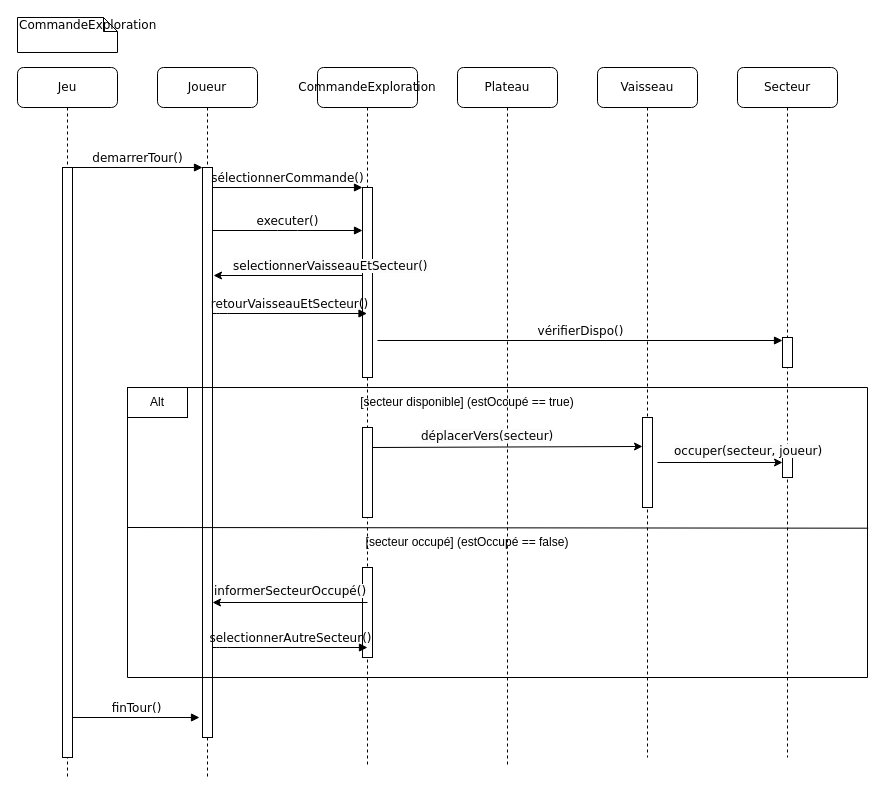
The draw.io diagram page "Exploration" (3 of 4) of diagrammedesequence.drawio in haikll/pocket_imperium_java, before the edit. Source tidied: cells renumbered, new cells numbered last; positions are measured from the earlier drawing's top-left corner, leaving out a move shared by most shapes. Both pictures are drawn from the tidied source at 100%, with x=0, y=0 at pixel (17, 17).
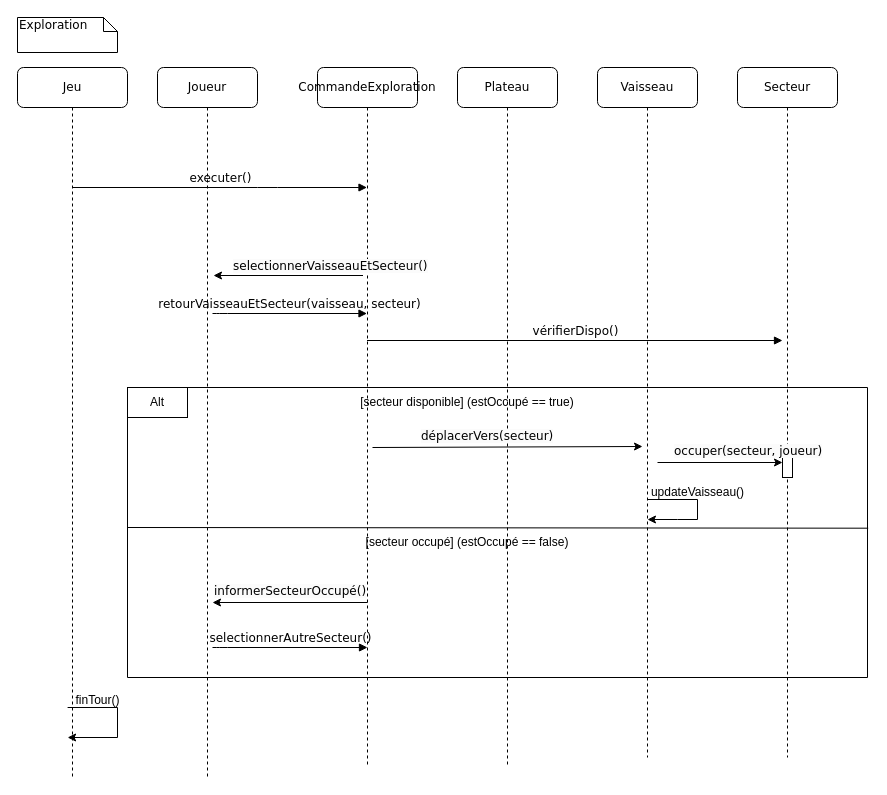
Above is the later version.

Unchanged cells that the change refers to:
```xml
<mxCell id="2" value="Joueur" style="shape=umlLifeline;perimeter=lifelinePerimeter;whiteSpace=wrap;html=1;rounded=1;shadow=0;comic=0;labelBackgroundColor=none;strokeWidth=1;fontFamily=Verdana;fontSize=12;align=center;" parent="1" vertex="1">
  <mxGeometry x="140" y="50" width="100" height="710" as="geometry" />
</mxCell>
<mxCell id="4" value="CommandeExploration" style="shape=umlLifeline;perimeter=lifelinePerimeter;whiteSpace=wrap;html=1;outlineConnect=0;rounded=1;shadow=0;comic=0;labelBackgroundColor=none;strokeWidth=1;fontFamily=Verdana;fontSize=12;align=center;" parent="1" vertex="1">
  <mxGeometry x="300" y="50" width="100" height="700" as="geometry" />
</mxCell>
<mxCell id="8" value="Secteur" style="shape=umlLifeline;perimeter=lifelinePerimeter;whiteSpace=wrap;html=1;rounded=1;shadow=0;comic=0;labelBackgroundColor=none;strokeWidth=1;fontFamily=Verdana;fontSize=12;align=center;" parent="1" vertex="1">
  <mxGeometry x="720" y="50" width="100" height="690" as="geometry" />
</mxCell>
<mxCell id="21" style="swimlane;startSize=0;" parent="1" vertex="1">
  <mxGeometry x="110" y="370" width="740" height="290" as="geometry" />
</mxCell>
```

Change to the diagram source:
```diff
@@
-    <mxCell id="3" style="html=1;points=[];perimeter=orthogonalPerimeter;rounded=0;shadow=0;comic=0;labelBackgroundColor=none;strokeWidth=1;fontFamily=Verdana;fontSize=12;align=center;" parent="2" vertex="1">
-      <mxGeometry x="45" y="100" width="10" height="570" as="geometry" />
-    </mxCell>
@@
-    <mxCell id="5" style="html=1;points=[];perimeter=orthogonalPerimeter;rounded=0;shadow=0;comic=0;labelBackgroundColor=none;strokeWidth=1;fontFamily=Verdana;fontSize=12;align=center;" parent="4" vertex="1">
-      <mxGeometry x="45" y="120" width="10" height="190" as="geometry" />
-    </mxCell>
@@
-    <mxCell id="9" style="html=1;perimeter=orthogonalPerimeter;rounded=0;shadow=0;comic=0;labelBackgroundColor=none;strokeWidth=1;fontFamily=Verdana;fontSize=12;align=center;" parent="8" vertex="1">
-      <mxGeometry x="45" y="270" width="10" height="30" as="geometry" />
-    </mxCell>
-    <mxCell id="10" value="vérifierDispo()" style="html=1;verticalAlign=bottom;endArrow=block;labelBackgroundColor=none;fontFamily=Verdana;fontSize=12;edgeStyle=elbowEdgeStyle;elbow=vertical;" parent="8" edge="1">
+    <mxCell id="10" value="vérifierDispo()" style="html=1;verticalAlign=bottom;endArrow=block;labelBackgroundColor=none;fontFamily=Verdana;fontSize=12;edgeStyle=elbowEdgeStyle;elbow=vertical;" parent="8" edge="1" source="4">
       <mxGeometry relative="1" as="geometry">
-        <mxPoint x="-360" y="273" as="sourcePoint" />
         <mxPoint x="45" y="273" as="targetPoint" />
       </mxGeometry>
     </mxCell>
     <mxCell id="11" value="Jeu" style="shape=umlLifeline;perimeter=lifelinePerimeter;whiteSpace=wrap;html=1;outlineConnect=0;rounded=1;shadow=0;comic=0;labelBackgroundColor=none;strokeWidth=1;fontFamily=Verdana;fontSize=12;align=center;" parent="1" vertex="1">
-      <mxGeometry y="50" width="100" height="710" as="geometry" />
+      <mxGeometry y="50" width="110" height="710" as="geometry" />
     </mxCell>
-    <mxCell id="12" style="html=1;points=[];perimeter=orthogonalPerimeter;rounded=0;shadow=0;comic=0;labelBackgroundColor=none;strokeWidth=1;fontFamily=Verdana;fontSize=12;align=center;" parent="11" vertex="1">
-      <mxGeometry x="45" y="100" width="10" height="590" as="geometry" />
-    </mxCell>
+    <mxCell id="38" style="endArrow=classic;html=1;rounded=0;" parent="11" edge="1">
+      <mxGeometry relative="1" as="geometry">
+        <mxPoint x="50.1" y="640" as="sourcePoint" />
+        <mxPoint x="50.1" y="670" as="targetPoint" />
+        <Array as="points">
+          <mxPoint x="100" y="640" />
+          <mxPoint x="100" y="670" />
+        </Array>
+      </mxGeometry>
+    </mxCell>
-    <mxCell id="13" value="finTour()" style="html=1;verticalAlign=bottom;endArrow=block;labelBackgroundColor=none;fontFamily=Verdana;fontSize=12;entryX=-0.3;entryY=0.983;entryDx=0;entryDy=0;entryPerimeter=0;" parent="11" edge="1">
-      <mxGeometry relative="1" as="geometry">
-        <mxPoint x="55" y="650" as="sourcePoint" />
-        <mxPoint x="182" y="650" as="targetPoint" />
-      </mxGeometry>
+    <mxCell id="13" value="finTour()" style="text;html=1;align=center;verticalAlign=middle;strokeColor=none;fillColor=none;" parent="11" vertex="1">
+      <mxGeometry x="50" y="618" width="60" height="30" as="geometry" />
     </mxCell>
-    <mxCell id="14" value="demarrerTour()" style="html=1;verticalAlign=bottom;endArrow=block;entryX=0;entryY=0;labelBackgroundColor=none;fontFamily=Verdana;fontSize=12;edgeStyle=elbowEdgeStyle;elbow=vertical;" parent="1" edge="1" source="12" target="3">
-      <mxGeometry relative="1" as="geometry" />
-    </mxCell>
-    <mxCell id="15" value="sélectionnerCommande()" style="html=1;verticalAlign=bottom;endArrow=block;entryX=0;entryY=0;labelBackgroundColor=none;fontFamily=Verdana;fontSize=12;edgeStyle=elbowEdgeStyle;elbow=vertical;" parent="1" edge="1" source="3" target="5">
-      <mxGeometry relative="1" as="geometry" />
-    </mxCell>
-    <mxCell id="16" value="CommandeExploration" style="shape=note;whiteSpace=wrap;html=1;size=14;verticalAlign=top;align=left;spacingTop=-6;rounded=0;shadow=0;comic=0;labelBackgroundColor=none;strokeWidth=1;fontFamily=Verdana;fontSize=12;" parent="1" vertex="1">
+    <mxCell id="16" value="&lt;div&gt;Exploration&lt;/div&gt;&lt;div&gt;&lt;br&gt;&lt;/div&gt;" style="shape=note;whiteSpace=wrap;html=1;size=14;verticalAlign=top;align=left;spacingTop=-6;rounded=0;shadow=0;comic=0;labelBackgroundColor=none;strokeWidth=1;fontFamily=Verdana;fontSize=12;" parent="1" vertex="1">
       <mxGeometry width="100" height="35" as="geometry" />
     </mxCell>
-    <mxCell id="17" value="executer()" style="html=1;verticalAlign=bottom;endArrow=block;entryX=0;entryY=0;labelBackgroundColor=none;fontFamily=Verdana;fontSize=12;edgeStyle=elbowEdgeStyle;elbow=vertical;" parent="1" edge="1">
-      <mxGeometry relative="1" as="geometry">
-        <mxPoint x="195" y="213" as="sourcePoint" />
-        <mxPoint x="345" y="213" as="targetPoint" />
-      </mxGeometry>
-    </mxCell>
@@
-    <mxCell id="20" value="retourVaisseauEtSecteur()" style="html=1;verticalAlign=bottom;endArrow=block;labelBackgroundColor=none;fontFamily=Verdana;fontSize=12;edgeStyle=elbowEdgeStyle;elbow=vertical;" parent="1" edge="1" target="4">
+    <mxCell id="20" value="retourVaisseauEtSecteur(vaisseau, secteur)" style="html=1;verticalAlign=bottom;endArrow=block;labelBackgroundColor=none;fontFamily=Verdana;fontSize=12;edgeStyle=elbowEdgeStyle;elbow=vertical;" parent="1" edge="1" target="4">
       <mxGeometry relative="1" as="geometry">
         <mxPoint x="195" y="296" as="sourcePoint" />
         <Array as="points">
           <mxPoint x="200" y="296" />
         </Array>
       </mxGeometry>
     </mxCell>
@@
-    <mxCell id="25" style="html=1;points=[];perimeter=orthogonalPerimeter;rounded=0;shadow=0;comic=0;labelBackgroundColor=none;strokeWidth=1;fontFamily=Verdana;fontSize=12;align=center;" parent="21" vertex="1">
-      <mxGeometry x="515" y="30" width="10" height="90" as="geometry" />
-    </mxCell>
@@
-    <mxCell id="27" style="endArrow=classic;html=1;rounded=0;entryX=0;entryY=0.322;entryDx=0;entryDy=0;entryPerimeter=0;" parent="21" edge="1" target="25">
+    <mxCell id="27" style="endArrow=classic;html=1;rounded=0;entryX=0;entryY=0.322;entryDx=0;entryDy=0;entryPerimeter=0;" parent="21" edge="1">
       <mxGeometry relative="1" as="geometry">
         <mxPoint x="245" y="60" as="sourcePoint" />
+        <mxPoint x="515" y="59" as="targetPoint" />
       </mxGeometry>
     </mxCell>
-    <mxCell id="28" style="html=1;perimeter=orthogonalPerimeter;rounded=0;shadow=0;comic=0;labelBackgroundColor=none;strokeWidth=1;fontFamily=Verdana;fontSize=12;align=center;" parent="21" vertex="1">
-      <mxGeometry x="235" y="40" width="10" height="90" as="geometry" />
-    </mxCell>
@@
-    <mxCell id="33" style="html=1;perimeter=orthogonalPerimeter;rounded=0;shadow=0;comic=0;labelBackgroundColor=none;strokeWidth=1;fontFamily=Verdana;fontSize=12;align=center;" parent="21" vertex="1">
-      <mxGeometry x="235" y="180" width="10" height="90" as="geometry" />
-    </mxCell>
@@
+    <mxCell id="39" style="endArrow=classic;html=1;rounded=0;" parent="21" edge="1">
+      <mxGeometry relative="1" as="geometry">
+        <mxPoint x="520" y="112" as="sourcePoint" />
+        <mxPoint x="520" y="132" as="targetPoint" />
+        <Array as="points">
+          <mxPoint x="570" y="112" />
+          <mxPoint x="570" y="132" />
+          <mxPoint x="550" y="132" />
+        </Array>
+      </mxGeometry>
+    </mxCell>
+    <mxCell id="40" value="updateVaisseau()" style="text;html=1;align=center;verticalAlign=middle;strokeColor=none;fillColor=none;" parent="21" vertex="1">
+      <mxGeometry x="510" y="90" width="120" height="30" as="geometry" />
+    </mxCell>
+    <mxCell id="17" value="executer()" style="html=1;verticalAlign=bottom;endArrow=block;labelBackgroundColor=none;fontFamily=Verdana;fontSize=12;edgeStyle=elbowEdgeStyle;elbow=vertical;" parent="1" edge="1" source="11" target="4">
+      <mxGeometry relative="1" as="geometry">
+        <Array as="points">
+          <mxPoint x="250" y="170" />
+        </Array>
+      </mxGeometry>
+    </mxCell>
```
